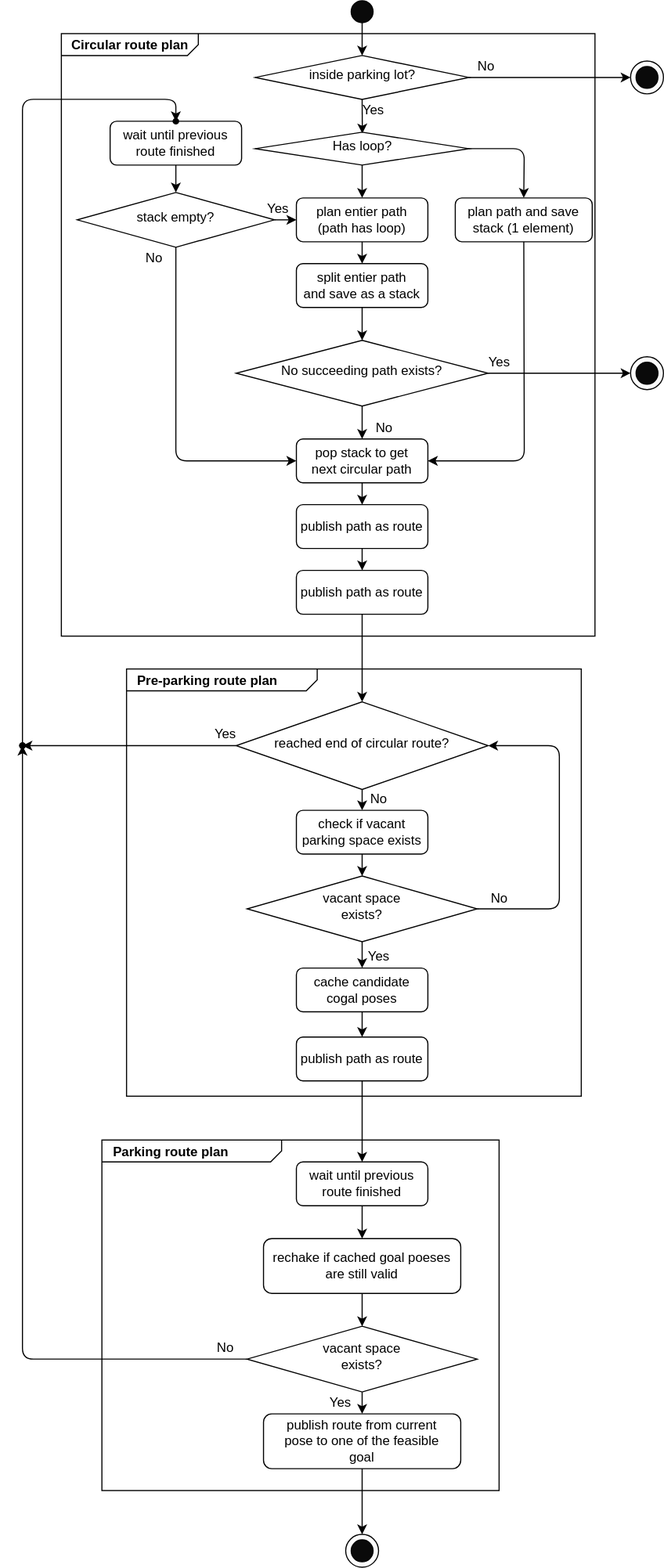
The draw.io diagram planning/auto_parking_planner/image/phase.drawio.svg in HiroIshida/autoware.universe, before a commit. Source tidied: cells renumbered, new cells last; positions are measured from the earlier drawing's top-left corner, leaving out a move shared by most shapes.
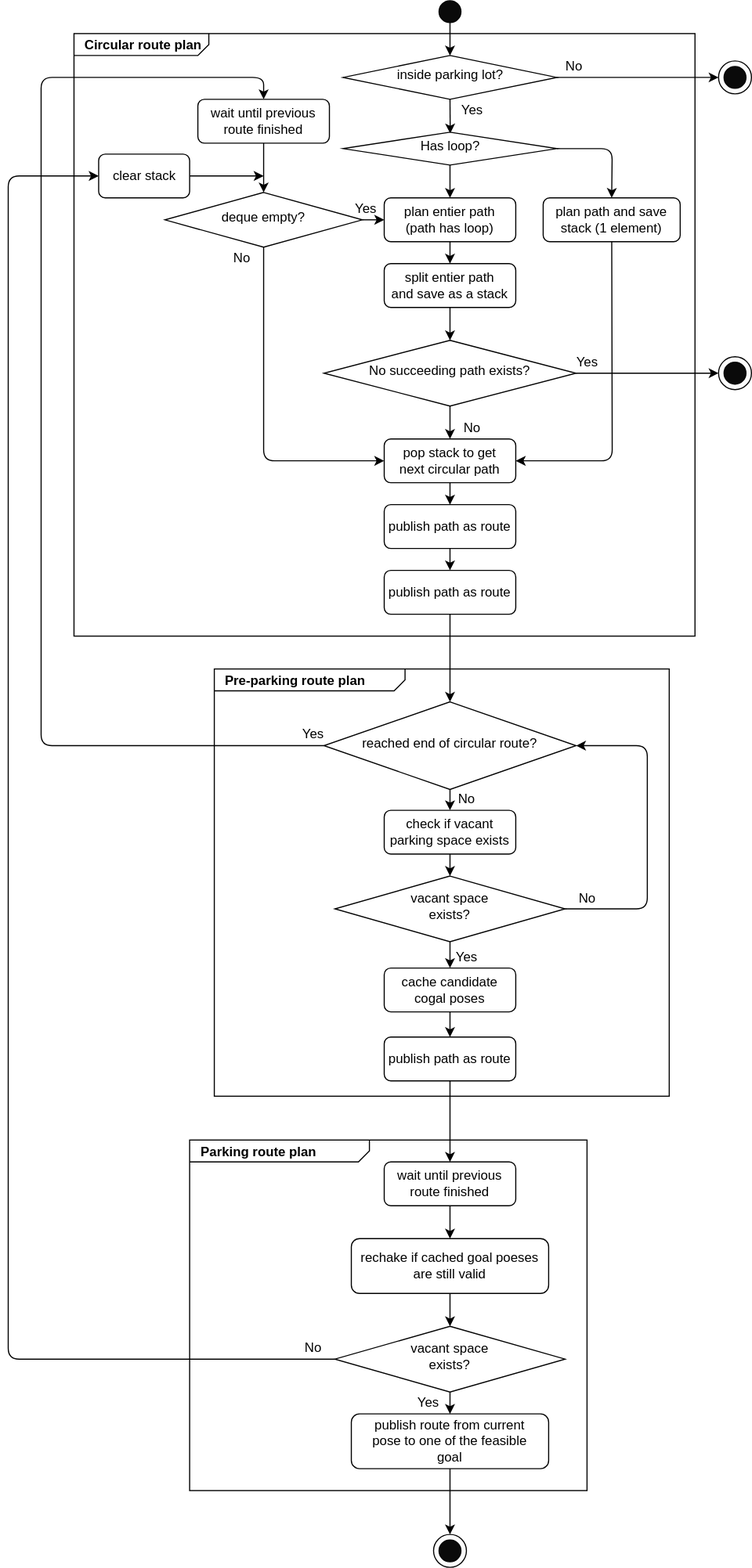
The same file after the commit.

The edit, as a diff of the source:
```diff
@@ -2,6 +2,9 @@
   <root>
     <mxCell id="0" />
     <mxCell id="1" parent="0" />
+    <mxCell id="69" value="&lt;p style=&quot;margin: 0px ; margin-top: 4px ; margin-left: 10px ; text-align: left&quot;&gt;&lt;b&gt;Circular route plan&lt;/b&gt;&lt;/p&gt;" style="html=1;strokeWidth=1;shape=mxgraph.sysml.package;html=1;overflow=fill;whiteSpace=wrap;fillColor=none;gradientColor=none;fontSize=12;align=center;labelX=123.91;" parent="1" vertex="1">
+      <mxGeometry x="-13" y="30" width="566.5" height="550" as="geometry" />
+    </mxCell>
     <mxCell id="2" style="ellipse;whiteSpace=wrap;html=1;fillColor=#FCFCFC;" parent="1" vertex="1">
       <mxGeometry x="575" y="325" width="30" height="30" as="geometry" />
     </mxCell>
@@ -23,13 +26,13 @@
     <mxCell id="8" style="edgeStyle=none;html=1;" parent="1" edge="1" source="9" target="13">
       <mxGeometry relative="1" as="geometry" />
     </mxCell>
-    <mxCell id="9" value="pop deque to get&lt;br&gt;next circular path" style="rounded=1;whiteSpace=wrap;html=1;fontSize=12;glass=0;strokeWidth=1;shadow=0;" parent="1" vertex="1">
+    <mxCell id="9" value="pop stack to get&lt;br&gt;next circular path" style="rounded=1;whiteSpace=wrap;html=1;fontSize=12;glass=0;strokeWidth=1;shadow=0;" parent="1" vertex="1">
       <mxGeometry x="270" y="400" width="120" height="40" as="geometry" />
     </mxCell>
     <mxCell id="10" style="edgeStyle=none;html=1;" parent="1" edge="1" source="11" target="5">
       <mxGeometry relative="1" as="geometry" />
     </mxCell>
-    <mxCell id="11" value="split entier path&amp;nbsp;&lt;br&gt;and save as a deque" style="rounded=1;whiteSpace=wrap;html=1;fontSize=12;glass=0;strokeWidth=1;shadow=0;" parent="1" vertex="1">
+    <mxCell id="11" value="split entier path&amp;nbsp;&lt;br&gt;and save as a stack" style="rounded=1;whiteSpace=wrap;html=1;fontSize=12;glass=0;strokeWidth=1;shadow=0;" parent="1" vertex="1">
       <mxGeometry x="270" y="240" width="120" height="40" as="geometry" />
     </mxCell>
     <mxCell id="12" style="edgeStyle=none;html=1;" parent="1" edge="1" source="13" target="15">
@@ -47,8 +50,14 @@
     <mxCell id="16" style="edgeStyle=none;html=1;" parent="1" edge="1" source="18" target="20">
       <mxGeometry relative="1" as="geometry" />
     </mxCell>
-    <mxCell id="17" style="edgeStyle=none;html=1;" parent="1" edge="1" source="18" target="34">
-      <mxGeometry relative="1" as="geometry" />
+    <mxCell id="17" style="edgeStyle=none;html=1;entryX=0.5;entryY=0;entryDx=0;entryDy=0;" parent="1" edge="1" source="18" target="31">
+      <mxGeometry relative="1" as="geometry">
+        <Array as="points">
+          <mxPoint x="-43" y="680" />
+          <mxPoint x="-43" y="70" />
+          <mxPoint x="160" y="70" />
+        </Array>
+      </mxGeometry>
     </mxCell>
     <mxCell id="18" value="reached end of circular route?" style="rhombus;whiteSpace=wrap;html=1;shadow=0;fontFamily=Helvetica;fontSize=12;align=center;strokeWidth=1;spacing=6;spacingTop=-4;" parent="1" vertex="1">
       <mxGeometry x="215" y="640" width="230" height="80" as="geometry" />
@@ -94,25 +103,11 @@
       <mxGeometry relative="1" as="geometry" />
     </mxCell>
     <mxCell id="31" value="wait until previous route finished" style="rounded=1;whiteSpace=wrap;html=1;fontSize=12;glass=0;strokeWidth=1;shadow=0;" parent="1" vertex="1">
-      <mxGeometry x="100" y="110" width="120" height="40" as="geometry" />
+      <mxGeometry x="100" y="90" width="120" height="40" as="geometry" />
     </mxCell>
     <mxCell id="32" style="edgeStyle=none;html=1;exitX=0.5;exitY=1;exitDx=0;exitDy=0;entryX=0.501;entryY=0.04;entryDx=0;entryDy=0;entryPerimeter=0;" parent="1" edge="1" source="58" target="72">
       <mxGeometry relative="1" as="geometry" />
     </mxCell>
-    <mxCell id="33" style="edgeStyle=none;html=1;" parent="1" edge="1" source="34" target="35">
-      <mxGeometry relative="1" as="geometry">
-        <Array as="points">
-          <mxPoint x="20" y="90" />
-          <mxPoint x="160" y="90" />
-        </Array>
-      </mxGeometry>
-    </mxCell>
-    <mxCell id="34" style="shape=waypoint;sketch=0;size=6;points=[];fillColor=default;perimeter=centerPerimeter;snapToPoint=1;shadow=0;strokeWidth=1;spacing=6;spacingTop=-4;" parent="1" vertex="1">
-      <mxGeometry y="660" width="40" height="40" as="geometry" />
-    </mxCell>
-    <mxCell id="35" style="shape=waypoint;sketch=0;size=6;points=[];fillColor=default;perimeter=centerPerimeter;snapToPoint=1;shadow=0;strokeWidth=1;spacing=6;spacingTop=-4;" parent="1" vertex="1">
-      <mxGeometry x="140" y="90" width="40" height="40" as="geometry" />
-    </mxCell>
     <mxCell id="36" style="edgeStyle=none;html=1;" parent="1" edge="1" source="37" target="39">
       <mxGeometry relative="1" as="geometry" />
     </mxCell>
@@ -128,10 +123,11 @@
     <mxCell id="40" style="edgeStyle=none;html=1;" parent="1" edge="1" source="42" target="43">
       <mxGeometry relative="1" as="geometry" />
     </mxCell>
-    <mxCell id="41" style="edgeStyle=none;html=1;" parent="1" edge="1" source="42" target="45">
+    <mxCell id="41" style="edgeStyle=none;html=1;entryX=0;entryY=0.5;entryDx=0;entryDy=0;" parent="1" edge="1" source="42" target="77">
       <mxGeometry relative="1" as="geometry">
         <Array as="points">
-          <mxPoint x="20" y="1240" />
+          <mxPoint x="-73" y="1240" />
+          <mxPoint x="-73" y="160" />
         </Array>
       </mxGeometry>
     </mxCell>
@@ -146,9 +142,6 @@
         <mxPoint x="330" y="1400" as="targetPoint" />
       </mxGeometry>
     </mxCell>
-    <mxCell id="45" style="shape=waypoint;sketch=0;size=6;points=[];fillColor=default;perimeter=centerPerimeter;snapToPoint=1;shadow=0;strokeWidth=1;spacing=6;spacingTop=-4;" parent="1" vertex="1">
-      <mxGeometry y="660" width="40" height="40" as="geometry" />
-    </mxCell>
     <mxCell id="46" style="edgeStyle=none;html=1;exitX=1;exitY=0.5;exitDx=0;exitDy=0;entryX=1;entryY=0.5;entryDx=0;entryDy=0;" parent="1" edge="1" source="22" target="18">
       <mxGeometry relative="1" as="geometry">
         <Array as="points">
@@ -206,7 +199,7 @@
       <mxGeometry x="125" y="225" width="30" height="20" as="geometry" />
     </mxCell>
     <mxCell id="63" value="Yes" style="text;html=1;align=center;verticalAlign=middle;fillColor=none;strokeColor=none;rounded=0;" parent="1" vertex="1">
-      <mxGeometry x="320" y="90" width="40" height="20" as="geometry" />
+      <mxGeometry x="330" y="90" width="40" height="20" as="geometry" />
     </mxCell>
     <mxCell id="64" value="No" style="text;html=1;align=center;verticalAlign=middle;fillColor=none;strokeColor=none;rounded=0;" parent="1" vertex="1">
       <mxGeometry x="427.5" y="50" width="30" height="20" as="geometry" />
@@ -223,9 +216,6 @@
     <mxCell id="68" value="&lt;p style=&quot;margin: 0px ; margin-top: 4px ; margin-left: 10px ; text-align: left&quot;&gt;&lt;b&gt;Pre-parking route plan&lt;/b&gt;&lt;/p&gt;" style="html=1;strokeWidth=1;shape=mxgraph.sysml.package;html=1;overflow=fill;whiteSpace=wrap;fillColor=none;gradientColor=none;fontSize=12;align=center;labelX=174.6;" parent="1" vertex="1">
       <mxGeometry x="115" y="610" width="415" height="390" as="geometry" />
     </mxCell>
-    <mxCell id="69" value="&lt;p style=&quot;margin: 0px ; margin-top: 4px ; margin-left: 10px ; text-align: left&quot;&gt;&lt;b&gt;Circular route plan&lt;/b&gt;&lt;/p&gt;" style="html=1;strokeWidth=1;shape=mxgraph.sysml.package;html=1;overflow=fill;whiteSpace=wrap;fillColor=none;gradientColor=none;fontSize=12;align=center;labelX=125.8;" parent="1" vertex="1">
-      <mxGeometry x="55.5" y="30" width="487" height="550" as="geometry" />
-    </mxCell>
     <mxCell id="70" style="edgeStyle=none;html=1;" parent="1" edge="1" source="72">
       <mxGeometry relative="1" as="geometry">
         <mxPoint x="330" y="180" as="targetPoint" />
@@ -248,11 +238,19 @@
         </Array>
       </mxGeometry>
     </mxCell>
-    <mxCell id="74" value="plan path and save deque (1 element)" style="rounded=1;whiteSpace=wrap;html=1;fontSize=12;glass=0;strokeWidth=1;shadow=0;" parent="1" vertex="1">
+    <mxCell id="74" value="plan path and save stack (1 element)" style="rounded=1;whiteSpace=wrap;html=1;fontSize=12;glass=0;strokeWidth=1;shadow=0;" parent="1" vertex="1">
       <mxGeometry x="415" y="180" width="125" height="40" as="geometry" />
     </mxCell>
     <mxCell id="75" style="edgeStyle=none;html=1;exitX=1;exitY=0.5;exitDx=0;exitDy=0;entryX=0;entryY=0.5;entryDx=0;entryDy=0;" parent="1" edge="1" source="58" target="65">
       <mxGeometry relative="1" as="geometry" />
     </mxCell>
+    <mxCell id="76" style="edgeStyle=none;html=1;" parent="1" edge="1" source="77">
+      <mxGeometry relative="1" as="geometry">
+        <mxPoint x="160" y="160" as="targetPoint" />
+      </mxGeometry>
+    </mxCell>
+    <mxCell id="77" value="clear stack&amp;nbsp;" style="rounded=1;whiteSpace=wrap;html=1;fontSize=12;glass=0;strokeWidth=1;shadow=0;" parent="1" vertex="1">
+      <mxGeometry x="9.5" y="140" width="83" height="40" as="geometry" />
+    </mxCell>
   </root>
 </mxGraphModel>
```
